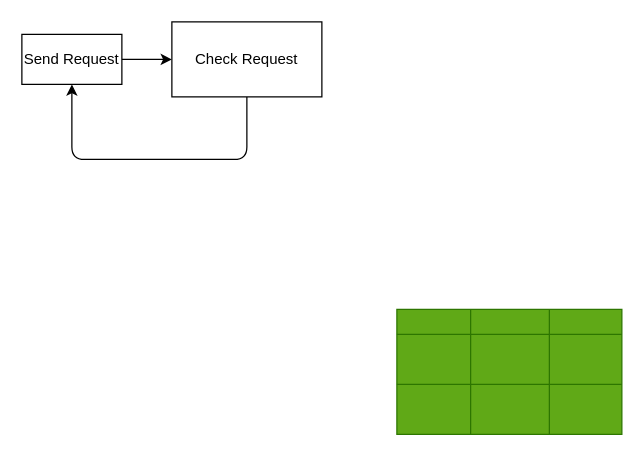
Before: t.drawio in sina1010anis/knapsack_problem_for_php, a draw.io diagram. Source tidied: cells renumbered, new cells numbered last; positions are measured from the earlier drawing's top-left corner, leaving out a move shared by most shapes. Both pictures are drawn from the tidied source at 125%, with x=0, y=0 at pixel (21, 21).
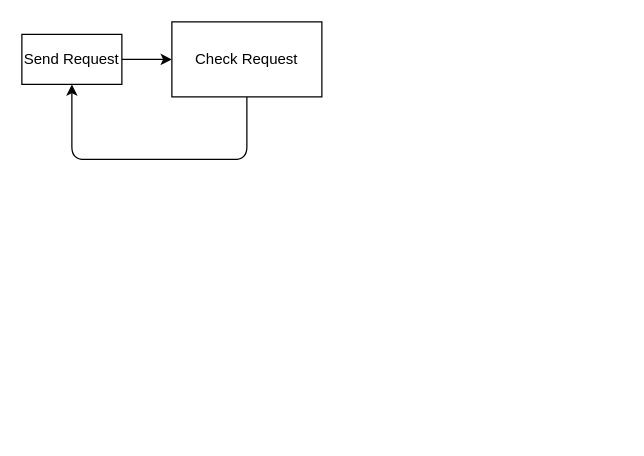
Above is the later version.

Diff of the diagram source:
```diff
@@
-    <mxCell id="6" style="shape=table;html=1;whiteSpace=wrap;startSize=0;childLayout=tableLayout;strokeWidth=1;fillColor=#60a917;fontColor=#ffffff;strokeColor=#2D7600;" parent="1" vertex="1">
-      <mxGeometry x="300" y="230" width="180" height="100" as="geometry" />
-    </mxCell>
-    <mxCell id="7" style="shape=tableRow;horizontal=0;startSize=0;swimlaneHead=0;swimlaneBody=0;top=0;left=0;bottom=0;right=0;fillColor=none;" parent="6" vertex="1">
-      <mxGeometry width="180" height="20" as="geometry" />
-    </mxCell>
-    <mxCell id="8" style="shape=partialRectangle;html=1;whiteSpace=wrap;fillColor=none;top=0;left=0;bottom=0;right=0;overflow=hidden;" parent="7" vertex="1">
-      <mxGeometry width="59" height="20" as="geometry" />
-    </mxCell>
-    <mxCell id="9" style="shape=partialRectangle;html=1;whiteSpace=wrap;fillColor=none;top=0;left=0;bottom=0;right=0;overflow=hidden;" parent="7" vertex="1">
-      <mxGeometry x="59" width="63" height="20" as="geometry" />
-    </mxCell>
-    <mxCell id="10" style="shape=partialRectangle;html=1;whiteSpace=wrap;fillColor=none;top=0;left=0;bottom=0;right=0;overflow=hidden;" parent="7" vertex="1">
-      <mxGeometry x="122" width="58" height="20" as="geometry" />
-    </mxCell>
-    <mxCell id="11" style="shape=tableRow;horizontal=0;startSize=0;swimlaneHead=0;swimlaneBody=0;top=0;left=0;bottom=0;right=0;fillColor=none;" parent="6" vertex="1">
-      <mxGeometry y="20" width="180" height="40" as="geometry" />
-    </mxCell>
-    <mxCell id="12" style="shape=partialRectangle;html=1;whiteSpace=wrap;fillColor=none;top=0;left=0;bottom=0;right=0;overflow=hidden;" parent="11" vertex="1">
-      <mxGeometry width="59" height="40" as="geometry" />
-    </mxCell>
-    <mxCell id="13" style="shape=partialRectangle;html=1;whiteSpace=wrap;fillColor=none;top=0;left=0;bottom=0;right=0;overflow=hidden;" parent="11" vertex="1">
-      <mxGeometry x="59" width="63" height="40" as="geometry" />
-    </mxCell>
-    <mxCell id="14" style="shape=partialRectangle;html=1;whiteSpace=wrap;fillColor=none;top=0;left=0;bottom=0;right=0;overflow=hidden;" parent="11" vertex="1">
-      <mxGeometry x="122" width="58" height="40" as="geometry" />
-    </mxCell>
-    <mxCell id="15" style="shape=tableRow;horizontal=0;startSize=0;swimlaneHead=0;swimlaneBody=0;top=0;left=0;bottom=0;right=0;fillColor=none;" parent="6" vertex="1">
-      <mxGeometry y="60" width="180" height="40" as="geometry" />
-    </mxCell>
-    <mxCell id="16" style="shape=partialRectangle;html=1;whiteSpace=wrap;fillColor=none;top=0;left=0;bottom=0;right=0;overflow=hidden;" parent="15" vertex="1">
-      <mxGeometry width="59" height="40" as="geometry" />
-    </mxCell>
-    <mxCell id="17" style="shape=partialRectangle;html=1;whiteSpace=wrap;fillColor=none;top=0;left=0;bottom=0;right=0;overflow=hidden;" parent="15" vertex="1">
-      <mxGeometry x="59" width="63" height="40" as="geometry" />
-    </mxCell>
-    <mxCell id="18" style="shape=partialRectangle;html=1;whiteSpace=wrap;fillColor=none;top=0;left=0;bottom=0;right=0;overflow=hidden;" parent="15" vertex="1">
-      <mxGeometry x="122" width="58" height="40" as="geometry" />
-    </mxCell>
```
